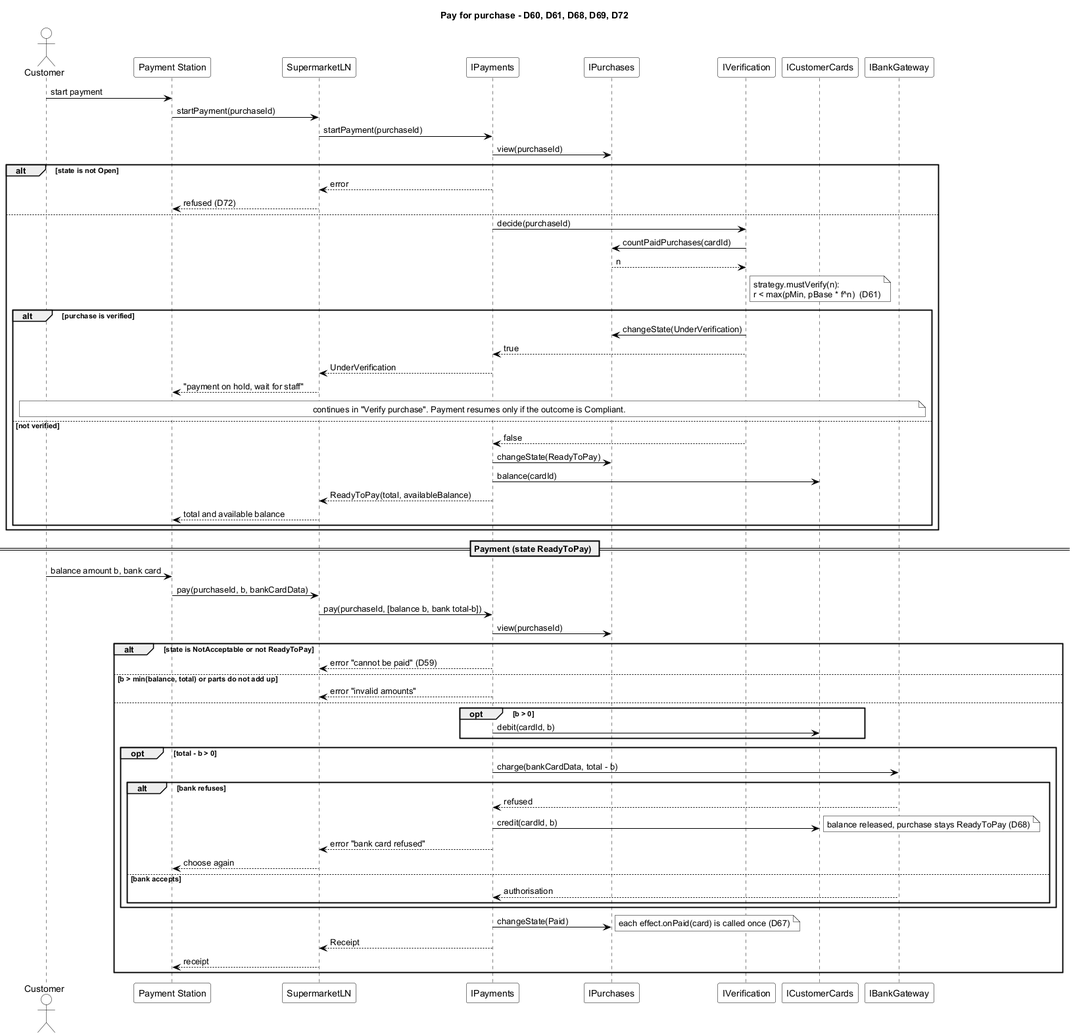
Earlier version of the PlantUML export 2_Design/sd_pay_purchase.png (gkhnn17/DSS-project). The source it was exported from:
```plantuml
@startuml sd_pay_purchase
skinparam shadowing false
skinparam defaultFontName Arial
skinparam sequence {
  ParticipantBackgroundColor White
  ParticipantBorderColor Black
  ActorBackgroundColor White
  ActorBorderColor Black
  LifeLineBorderColor Black
  ArrowColor Black
}
skinparam note {
  BackgroundColor White
  BorderColor Black
}
title Pay for purchase - D60, D61, D68, D69, D72
actor Customer
participant "Payment Station" as St
participant SupermarketLN as LN
participant IPayments as Pay
participant IPurchases as Purch
participant IVerification as Ver
participant ICustomerCards as Cards
participant IBankGateway as Bank

Customer -> St : start payment
St -> LN : startPayment(purchaseId)
LN -> Pay : startPayment(purchaseId)
Pay -> Purch : view(purchaseId)
alt state is not Open
  Pay --> LN : error
  LN --> St : refused (D72)
else
  Pay -> Ver : decide(purchaseId)
  Ver -> Purch : countPaidPurchases(cardId)
  Purch --> Ver : n
  note right of Ver
    strategy.mustVerify(n):
    r < max(pMin, pBase * f^n)  (D61)
  end note
  alt purchase is verified
    Ver -> Purch : changeState(UnderVerification)
    Ver --> Pay : true
    Pay --> LN : UnderVerification
    LN --> St : "payment on hold, wait for staff"
    note over Customer, Bank : continues in "Verify purchase". Payment resumes only if the outcome is Compliant.
  else not verified
    Ver --> Pay : false
    Pay -> Purch : changeState(ReadyToPay)
    Pay -> Cards : balance(cardId)
    Pay --> LN : ReadyToPay(total, availableBalance)
    LN --> St : total and available balance
  end
end

== Payment (state ReadyToPay) ==
Customer -> St : balance amount b, bank card
St -> LN : pay(purchaseId, b, bankCardData)
LN -> Pay : pay(purchaseId, [balance b, bank total-b])
Pay -> Purch : view(purchaseId)
alt state is NotAcceptable or not ReadyToPay
  Pay --> LN : error "cannot be paid" (D59)
else b > min(balance, total) or parts do not add up
  Pay --> LN : error "invalid amounts"
else
  opt b > 0
    Pay -> Cards : debit(cardId, b)
  end
  opt total - b > 0
    Pay -> Bank : charge(bankCardData, total - b)
    alt bank refuses
      Bank --> Pay : refused
      Pay -> Cards : credit(cardId, b)
      note right: balance released, purchase stays ReadyToPay (D68)
      Pay --> LN : error "bank card refused"
      LN --> St : choose again
    else bank accepts
      Bank --> Pay : authorisation
    end
  end
  Pay -> Purch : changeState(Paid)
  note right: each effect.onPaid(card) is called once (D67)
  Pay --> LN : Receipt
  LN --> St : receipt
end
@enduml
```
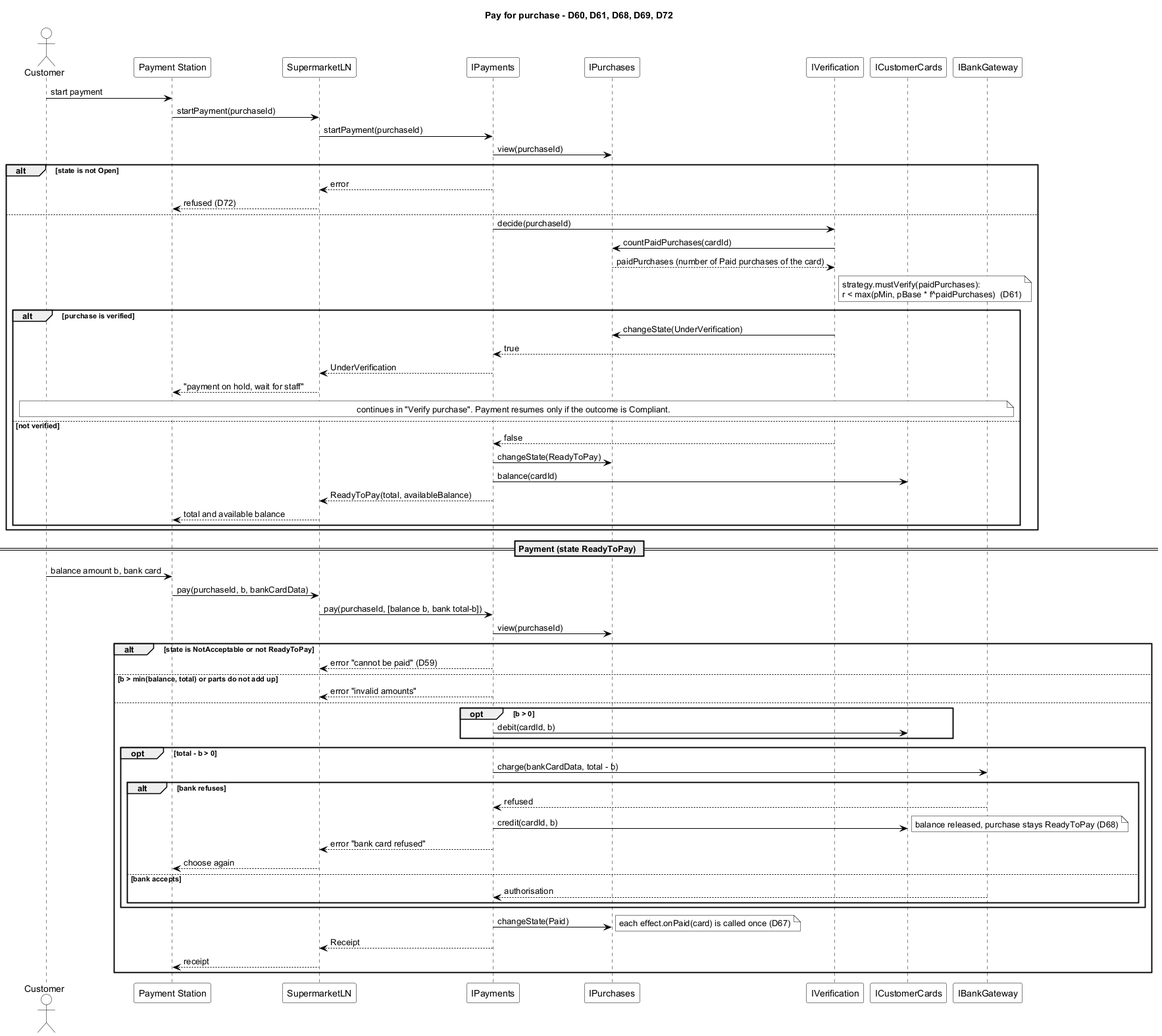
The same file after the commit.

Commit message:
Rename n to paidPurchases in the payment sequence diagram and verification strategy

Change to the diagram source:
```diff
@@ -33,10 +33,10 @@
 else
   Pay -> Ver : decide(purchaseId)
   Ver -> Purch : countPaidPurchases(cardId)
-  Purch --> Ver : n
+  Purch --> Ver : paidPurchases (number of Paid purchases of the card)
   note right of Ver
-    strategy.mustVerify(n):
-    r < max(pMin, pBase * f^n)  (D61)
+    strategy.mustVerify(paidPurchases):
+    r < max(pMin, pBase * f^paidPurchases)  (D61)
   end note
   alt purchase is verified
     Ver -> Purch : changeState(UnderVerification)
```
